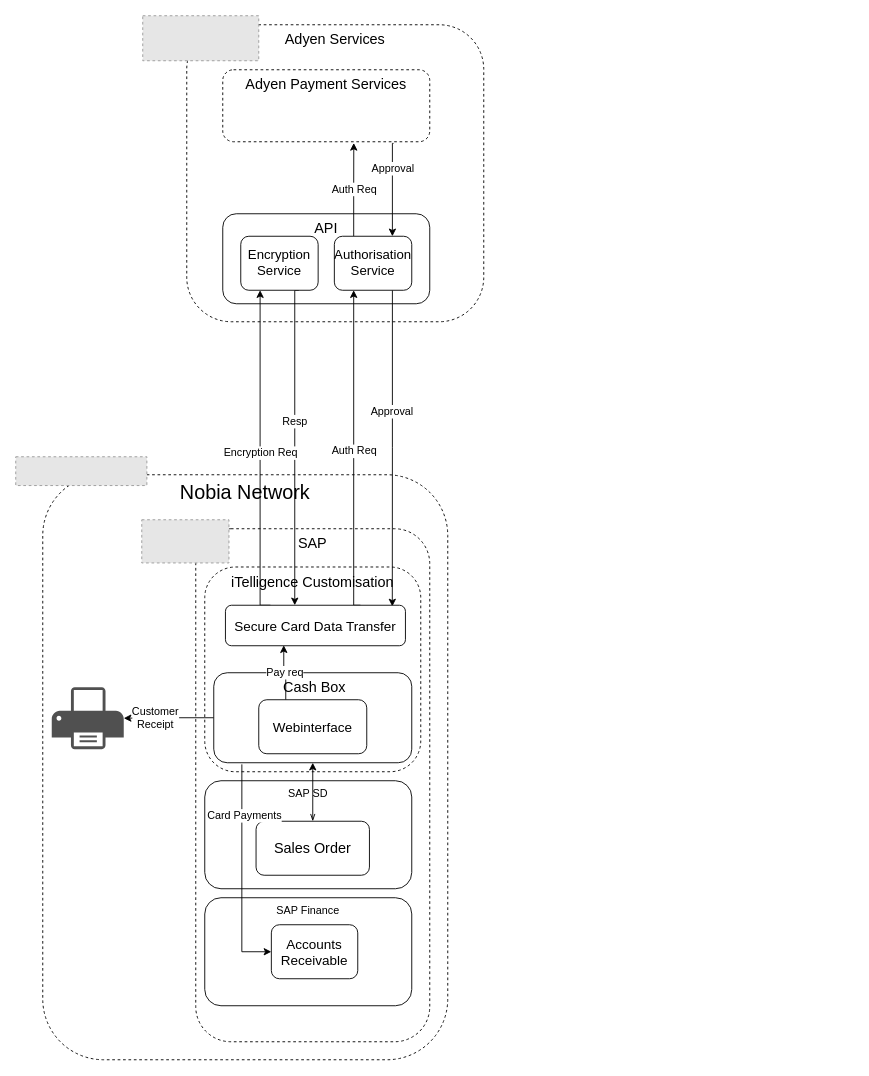
Before: page "Card - Webservice" (2 of 8) of Adyen Details.drawio in mrf742002/Diagrams, a draw.io diagram. Source tidied: cells renumbered, new cells numbered last; positions are measured from the earlier drawing's top-left corner, leaving out a move shared by most shapes. Both pictures are drawn from the tidied source at 90%, with x=0, y=0 at pixel (15, 15). Pictures stored in the file or linked from it are replaced by grey dashed boxes.
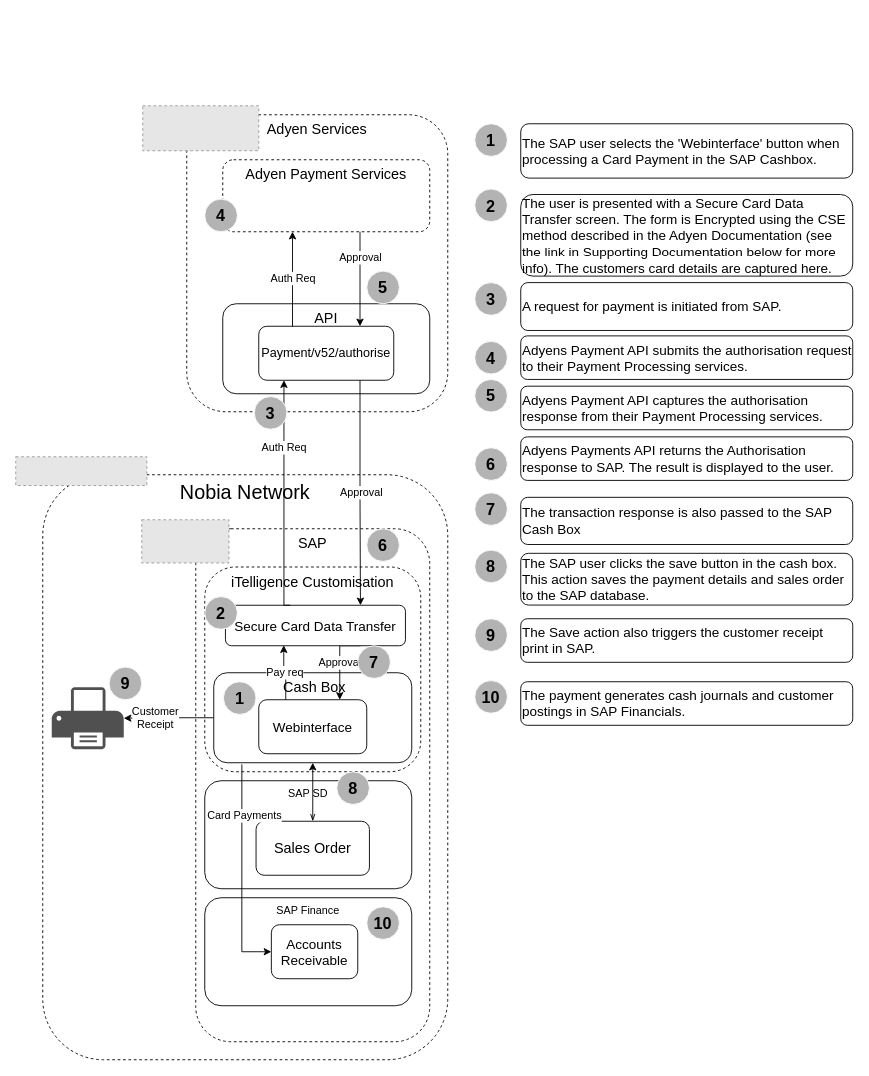
The same page after the edit.

The change refers to these unchanged cells:
```xml
<mxCell id="10" value="Webinterface" style="rounded=1;whiteSpace=wrap;html=1;fontSize=15;" parent="1" vertex="1">
  <mxGeometry x="270" y="760" width="120" height="60" as="geometry" />
</mxCell>
```

Diff of the diagram source:
```diff
@@
-    <mxCell id="2" value="&lt;span style=&quot;font-size: 16px&quot;&gt;Adyen Services&lt;/span&gt;" style="rounded=1;whiteSpace=wrap;html=1;dashed=1;verticalAlign=top;" parent="1" vertex="1">
-      <mxGeometry x="190" y="10" width="330" height="330" as="geometry" />
-    </mxCell>
@@
-    <mxCell id="16" value="&lt;span style=&quot;font-size: 16px&quot;&gt;API&lt;/span&gt;" style="rounded=1;whiteSpace=wrap;html=1;verticalAlign=top;" parent="1" vertex="1">
-      <mxGeometry x="230" y="220" width="230" height="100" as="geometry" />
-    </mxCell>
-    <mxCell id="17" value="Approval" style="edgeStyle=orthogonalEdgeStyle;rounded=0;jettySize=auto;html=1;exitX=0.75;exitY=0;exitDx=0;exitDy=0;entryX=0.825;entryY=1.023;entryDx=0;entryDy=0;entryPerimeter=0;startArrow=classic;startFill=1;endArrow=none;endFill=0;fontSize=12;" parent="1" edge="1" source="20" target="21">
-      <mxGeometry x="0.44" relative="1" as="geometry">
-        <Array as="points">
-          <mxPoint x="419" y="142" />
-        </Array>
-      </mxGeometry>
-    </mxCell>
-    <mxCell id="18" value="Auth Req" style="edgeStyle=orthogonalEdgeStyle;rounded=0;jettySize=auto;html=1;exitX=0.25;exitY=0;exitDx=0;exitDy=0;entryX=0.633;entryY=1.017;entryDx=0;entryDy=0;entryPerimeter=0;startArrow=none;startFill=0;endArrow=classic;endFill=1;fontSize=12;" parent="1" edge="1" source="20" target="21">
-      <mxGeometry relative="1" as="geometry" />
-    </mxCell>
-    <mxCell id="19" value="Approval" style="edgeStyle=orthogonalEdgeStyle;rounded=0;jettySize=auto;html=1;exitX=0.75;exitY=1;exitDx=0;exitDy=0;entryX=0.927;entryY=0.029;entryDx=0;entryDy=0;entryPerimeter=0;startArrow=none;startFill=0;endArrow=classic;endFill=1;fontSize=12;" parent="1" edge="1" source="20" target="32">
-      <mxGeometry y="-41" relative="1" as="geometry">
-        <mxPoint x="41" y="-41" as="offset" />
-      </mxGeometry>
-    </mxCell>
-    <mxCell id="20" value="&lt;span style=&quot;font-size: 11.0pt ; font-family: &amp;#34;calibri&amp;#34; , sans-serif&quot;&gt;Authorisation Service&lt;/span&gt;" style="rounded=1;whiteSpace=wrap;html=1;" parent="1" vertex="1">
-      <mxGeometry x="354" y="245" width="86" height="60" as="geometry" />
-    </mxCell>
-    <mxCell id="21" value="&lt;span style=&quot;font-size: 16px&quot;&gt;Adyen Payment Services&lt;/span&gt;" style="rounded=1;whiteSpace=wrap;html=1;dashed=1;verticalAlign=top;" parent="1" vertex="1">
-      <mxGeometry x="230" y="60" width="230" height="80" as="geometry" />
-    </mxCell>
@@
-    <mxCell id="28" value="Resp" style="edgeStyle=orthogonalEdgeStyle;rounded=0;jettySize=auto;html=1;exitX=0.75;exitY=1;exitDx=0;exitDy=0;fontSize=12;" parent="1" edge="1" source="29" target="32">
-      <mxGeometry x="-0.16" relative="1" as="geometry">
-        <Array as="points">
-          <mxPoint x="310" y="305" />
-        </Array>
-        <mxPoint y="1" as="offset" />
-      </mxGeometry>
-    </mxCell>
-    <mxCell id="29" value="&lt;span style=&quot;font-size: 11.0pt ; font-family: &amp;#34;calibri&amp;#34; , sans-serif&quot;&gt;Encryption Service&lt;/span&gt;" style="rounded=1;whiteSpace=wrap;html=1;" parent="1" vertex="1">
-      <mxGeometry x="250" y="245" width="86" height="60" as="geometry" />
-    </mxCell>
-    <mxCell id="30" value="Encryption Req" style="edgeStyle=orthogonalEdgeStyle;rounded=0;jettySize=auto;html=1;exitX=0.25;exitY=0;exitDx=0;exitDy=0;entryX=0.25;entryY=1;entryDx=0;entryDy=0;fontSize=12;" parent="1" edge="1" source="32" target="29">
-      <mxGeometry relative="1" as="geometry">
-        <Array as="points">
-          <mxPoint x="272" y="655" />
-        </Array>
-      </mxGeometry>
-    </mxCell>
+    <mxCell id="34" value="&lt;font style=&quot;font-size: 12px&quot;&gt;Approval&lt;/font&gt;" style="edgeStyle=orthogonalEdgeStyle;rounded=0;jettySize=auto;html=1;exitX=0.75;exitY=1;exitDx=0;exitDy=0;entryX=0.75;entryY=0;entryDx=0;entryDy=0;" parent="1" edge="1" source="32" target="10">
+      <mxGeometry relative="1" as="geometry">
+        <Array as="points">
+          <mxPoint x="360" y="700" />
+        </Array>
+      </mxGeometry>
+    </mxCell>
+    <mxCell id="32" value="Secure Card Data Transfer" style="rounded=1;whiteSpace=wrap;html=1;fontSize=15;" parent="1" vertex="1">
+      <mxGeometry x="233" y="655" width="200" height="45" as="geometry" />
+    </mxCell>
+    <mxCell id="35" style="group;" parent="1" vertex="1">
+      <mxGeometry x="141.1" y="100" width="338.9" height="340" as="geometry" />
+    </mxCell>
+    <mxCell id="2" value="&lt;span style=&quot;font-size: 16px&quot;&gt;Adyen Services&lt;/span&gt;" style="rounded=1;whiteSpace=wrap;html=1;dashed=1;verticalAlign=top;" parent="35" vertex="1">
+      <mxGeometry x="48.9" y="10" width="290" height="330" as="geometry" />
+    </mxCell>
+    <mxCell id="16" value="&lt;span style=&quot;font-size: 16px&quot;&gt;API&lt;/span&gt;" style="rounded=1;whiteSpace=wrap;html=1;verticalAlign=top;" parent="35" vertex="1">
+      <mxGeometry x="88.9" y="220" width="230" height="100" as="geometry" />
+    </mxCell>
+    <mxCell id="20" value="&lt;span style=&quot;font-family: &amp;#34;fakt&amp;#34; , sans-serif , &amp;#34;helvetica&amp;#34; , &amp;#34;arial&amp;#34; ; font-size: 14px&quot;&gt;Payment/v52/authorise&lt;/span&gt;" style="rounded=1;whiteSpace=wrap;html=1;" parent="35" vertex="1">
+      <mxGeometry x="128.9" y="245" width="150" height="60" as="geometry" />
+    </mxCell>
+    <mxCell id="21" value="&lt;span style=&quot;font-size: 16px&quot;&gt;Adyen Payment Services&lt;/span&gt;" style="rounded=1;whiteSpace=wrap;html=1;dashed=1;verticalAlign=top;" parent="35" vertex="1">
+      <mxGeometry x="88.9" y="60" width="230" height="80" as="geometry" />
+    </mxCell>
+    <mxCell id="17" value="Approval" style="edgeStyle=orthogonalEdgeStyle;rounded=0;jettySize=auto;html=1;exitX=0.75;exitY=0;exitDx=0;exitDy=0;startArrow=classic;startFill=1;endArrow=none;endFill=0;fontSize=12;" parent="35" edge="1" source="20" target="21">
+      <mxGeometry x="0.44" relative="1" as="geometry">
+        <Array as="points">
+          <mxPoint x="241.9" y="150" />
+          <mxPoint x="241.9" y="150" />
+        </Array>
+      </mxGeometry>
+    </mxCell>
+    <mxCell id="18" value="Auth Req" style="edgeStyle=orthogonalEdgeStyle;rounded=0;jettySize=auto;html=1;exitX=0.25;exitY=0;exitDx=0;exitDy=0;startArrow=none;startFill=0;endArrow=classic;endFill=1;fontSize=12;entryX=0.337;entryY=1;entryDx=0;entryDy=0;entryPerimeter=0;" parent="35" edge="1" source="20" target="21">
+      <mxGeometry relative="1" as="geometry" />
+    </mxCell>
+    <mxCell id="33" style="fillColor=#E6E6E6;strokeColor=#999999;dashed=1;verticalLabelPosition=bottom;labelBackgroundColor=#ffffff;verticalAlign=top;" parent="35" vertex="1">
+      <mxGeometry width="128.9" height="50" as="geometry" />
+    </mxCell>
+    <mxCell id="36" value="&lt;span style=&quot;font-size: 18px&quot;&gt;&lt;b&gt;4&lt;/b&gt;&lt;/span&gt;" style="ellipse;whiteSpace=wrap;html=1;strokeColor=#FFFFFF;fillColor=#B3B3B3;fontSize=20;" parent="35" vertex="1">
+      <mxGeometry x="68.9" y="103.7" width="36.3" height="36.3" as="geometry" />
+    </mxCell>
+    <mxCell id="37" value="&lt;span style=&quot;font-size: 18px&quot;&gt;&lt;b&gt;5&lt;/b&gt;&lt;/span&gt;" style="ellipse;whiteSpace=wrap;html=1;strokeColor=#FFFFFF;fillColor=#B3B3B3;fontSize=20;" parent="35" vertex="1">
+      <mxGeometry x="248.9" y="183.7" width="36.3" height="36.3" as="geometry" />
+    </mxCell>
-    <mxCell id="31" value="Auth Req" style="edgeStyle=orthogonalEdgeStyle;rounded=0;jettySize=auto;html=1;exitX=0.75;exitY=0;exitDx=0;exitDy=0;entryX=0.25;entryY=1;entryDx=0;entryDy=0;fontSize=12;" parent="1" edge="1" source="32" target="20">
-      <mxGeometry relative="1" as="geometry">
+    <mxCell id="31" value="Auth Req" style="edgeStyle=orthogonalEdgeStyle;rounded=0;jettySize=auto;html=1;exitX=0.75;exitY=0;exitDx=0;exitDy=0;fontSize=12;" parent="1" edge="1" target="20">
+      <mxGeometry x="0.42" relative="1" as="geometry">
+        <mxPoint x="305" y="655" as="sourcePoint" />
         <Array as="points">
-          <mxPoint x="376" y="655" />
+          <mxPoint x="298" y="655" />
         </Array>
       </mxGeometry>
     </mxCell>
-    <mxCell id="32" value="Secure Card Data Transfer" style="rounded=1;whiteSpace=wrap;html=1;fontSize=15;" parent="1" vertex="1">
-      <mxGeometry x="233" y="655" width="200" height="45" as="geometry" />
-    </mxCell>
-    <mxCell id="33" style="fillColor=#E6E6E6;strokeColor=#999999;dashed=1;verticalLabelPosition=bottom;labelBackgroundColor=#ffffff;verticalAlign=top;" parent="1" vertex="1">
-      <mxGeometry x="141.1" width="128.9" height="50" as="geometry" />
-    </mxCell>
+    <mxCell id="19" value="Approval" style="edgeStyle=orthogonalEdgeStyle;rounded=0;jettySize=auto;html=1;exitX=0.75;exitY=1;exitDx=0;exitDy=0;entryX=0.75;entryY=0;entryDx=0;entryDy=0;startArrow=none;startFill=0;endArrow=classic;endFill=1;fontSize=12;" parent="1" edge="1" source="20" target="32">
+      <mxGeometry relative="1" as="geometry">
+        <mxPoint x="1" as="offset" />
+      </mxGeometry>
+    </mxCell>
+    <mxCell id="38" value="&lt;span style=&quot;font-size: 18px&quot;&gt;&lt;b&gt;1&lt;/b&gt;&lt;/span&gt;" style="ellipse;whiteSpace=wrap;html=1;strokeColor=#FFFFFF;fillColor=#B3B3B3;fontSize=20;" parent="1" vertex="1">
+      <mxGeometry x="230.7" y="740" width="36.3" height="36.3" as="geometry" />
+    </mxCell>
+    <mxCell id="39" value="&lt;span style=&quot;font-size: 18px&quot;&gt;&lt;b&gt;2&lt;/b&gt;&lt;/span&gt;" style="ellipse;whiteSpace=wrap;html=1;strokeColor=#FFFFFF;fillColor=#B3B3B3;fontSize=20;" parent="1" vertex="1">
+      <mxGeometry x="210" y="645.4" width="36.3" height="36.3" as="geometry" />
+    </mxCell>
+    <mxCell id="40" value="&lt;span style=&quot;font-size: 18px&quot;&gt;&lt;b&gt;3&lt;/b&gt;&lt;/span&gt;" style="ellipse;whiteSpace=wrap;html=1;strokeColor=#FFFFFF;fillColor=#B3B3B3;fontSize=20;" parent="1" vertex="1">
+      <mxGeometry x="265" y="423.1" width="36.3" height="36.3" as="geometry" />
+    </mxCell>
+    <mxCell id="41" value="&lt;span style=&quot;font-size: 18px&quot;&gt;&lt;b&gt;6&lt;/b&gt;&lt;/span&gt;" style="ellipse;whiteSpace=wrap;html=1;strokeColor=#FFFFFF;fillColor=#B3B3B3;fontSize=20;" parent="1" vertex="1">
+      <mxGeometry x="390" y="570" width="36.3" height="36.3" as="geometry" />
+    </mxCell>
+    <mxCell id="42" value="&lt;span style=&quot;font-size: 18px&quot;&gt;&lt;b&gt;7&lt;/b&gt;&lt;/span&gt;" style="ellipse;whiteSpace=wrap;html=1;strokeColor=#FFFFFF;fillColor=#B3B3B3;fontSize=20;" parent="1" vertex="1">
+      <mxGeometry x="380" y="700" width="36.3" height="36.3" as="geometry" />
+    </mxCell>
+    <mxCell id="43" value="&lt;span style=&quot;font-size: 18px&quot;&gt;&lt;b&gt;8&lt;/b&gt;&lt;/span&gt;" style="ellipse;whiteSpace=wrap;html=1;strokeColor=#FFFFFF;fillColor=#B3B3B3;fontSize=20;" parent="1" vertex="1">
+      <mxGeometry x="356.7" y="840" width="36.3" height="36.3" as="geometry" />
+    </mxCell>
+    <mxCell id="44" value="&lt;span style=&quot;font-size: 18px&quot;&gt;&lt;b&gt;9&lt;/b&gt;&lt;/span&gt;" style="ellipse;whiteSpace=wrap;html=1;strokeColor=#FFFFFF;fillColor=#B3B3B3;fontSize=20;" parent="1" vertex="1">
+      <mxGeometry x="103.7" y="723.7" width="36.3" height="36.3" as="geometry" />
+    </mxCell>
+    <mxCell id="45" value="&lt;span style=&quot;font-size: 18px&quot;&gt;&lt;b&gt;10&lt;/b&gt;&lt;/span&gt;" style="ellipse;whiteSpace=wrap;html=1;strokeColor=#FFFFFF;fillColor=#B3B3B3;fontSize=20;" parent="1" vertex="1">
+      <mxGeometry x="390" y="990" width="36.3" height="36.3" as="geometry" />
+    </mxCell>
+    <mxCell id="46" style="group;" parent="1" vertex="1">
+      <mxGeometry x="510" y="120" width="420" height="668.4" as="geometry" />
+    </mxCell>
+    <mxCell id="47" value="&lt;span style=&quot;font-size: 18px&quot;&gt;&lt;b&gt;1&lt;/b&gt;&lt;/span&gt;" style="ellipse;whiteSpace=wrap;html=1;strokeColor=#FFFFFF;fillColor=#B3B3B3;fontSize=20;" parent="46" vertex="1">
+      <mxGeometry width="36.3" height="36.3" as="geometry" />
+    </mxCell>
+    <mxCell id="48" value="The SAP user selects the 'Webinterface' button when processing a Card Payment in the SAP Cashbox." style="rounded=1;whiteSpace=wrap;html=1;align=left;fontSize=15;" parent="46" vertex="1">
+      <mxGeometry x="51.1" width="368.9" height="60.4" as="geometry" />
+    </mxCell>
+    <mxCell id="49" value="&lt;span style=&quot;font-size: 18px&quot;&gt;&lt;b&gt;2&lt;/b&gt;&lt;/span&gt;" style="ellipse;whiteSpace=wrap;html=1;strokeColor=#FFFFFF;fillColor=#B3B3B3;fontSize=20;" parent="46" vertex="1">
+      <mxGeometry y="72.5" width="36.3" height="36.3" as="geometry" />
+    </mxCell>
+    <mxCell id="50" value="The user is presented with a Secure Card Data Transfer screen. The form is Encrypted using the CSE method described in the Adyen Documentation (see the link in Supporting Documentation below for more info). The customers card details are captured here." style="rounded=1;whiteSpace=wrap;html=1;align=left;fontSize=15;" parent="46" vertex="1">
+      <mxGeometry x="51.1" y="78.6" width="368.9" height="90.7" as="geometry" />
+    </mxCell>
+    <mxCell id="51" value="&lt;span style=&quot;font-size: 18px&quot;&gt;&lt;b&gt;3&lt;/b&gt;&lt;/span&gt;" style="ellipse;whiteSpace=wrap;html=1;strokeColor=#FFFFFF;fillColor=#B3B3B3;fontSize=20;" parent="46" vertex="1">
+      <mxGeometry y="176.5" width="36.3" height="36.3" as="geometry" />
+    </mxCell>
+    <mxCell id="52" value="A request for payment is initiated from SAP." style="rounded=1;whiteSpace=wrap;html=1;align=left;fontSize=15;" parent="46" vertex="1">
+      <mxGeometry x="51.1" y="176.5" width="368.9" height="53.2" as="geometry" />
+    </mxCell>
+    <mxCell id="53" value="&lt;span style=&quot;font-size: 18px&quot;&gt;&lt;b&gt;4&lt;/b&gt;&lt;/span&gt;" style="ellipse;whiteSpace=wrap;html=1;strokeColor=#FFFFFF;fillColor=#B3B3B3;fontSize=20;" parent="46" vertex="1">
+      <mxGeometry y="241.8" width="36.3" height="36.3" as="geometry" />
+    </mxCell>
+    <mxCell id="54" value="&lt;span style=&quot;font-size: 18px&quot;&gt;&lt;b&gt;5&lt;/b&gt;&lt;/span&gt;" style="ellipse;whiteSpace=wrap;html=1;strokeColor=#FFFFFF;fillColor=#B3B3B3;fontSize=20;" parent="46" vertex="1">
+      <mxGeometry y="284.1" width="36.3" height="36.3" as="geometry" />
+    </mxCell>
+    <mxCell id="55" value="Adyens Payments API returns the Authorisation response to SAP. The result is displayed to the user." style="rounded=1;whiteSpace=wrap;html=1;align=left;fontSize=15;" parent="46" vertex="1">
+      <mxGeometry x="51.1" y="347.9" width="368.9" height="48.4" as="geometry" />
+    </mxCell>
+    <mxCell id="56" value="&lt;span style=&quot;font-size: 18px&quot;&gt;&lt;b&gt;6&lt;/b&gt;&lt;/span&gt;" style="ellipse;whiteSpace=wrap;html=1;strokeColor=#FFFFFF;fillColor=#B3B3B3;fontSize=20;" parent="46" vertex="1">
+      <mxGeometry y="360" width="36.3" height="36.3" as="geometry" />
+    </mxCell>
+    <mxCell id="57" value="Adyens Payment API submits the authorisation request to their Payment Processing services." style="rounded=1;whiteSpace=wrap;html=1;align=left;fontSize=15;" parent="46" vertex="1">
+      <mxGeometry x="51.1" y="235.7" width="368.9" height="48.4" as="geometry" />
+    </mxCell>
+    <mxCell id="58" value="&lt;span style=&quot;font-size: 18px&quot;&gt;&lt;b&gt;7&lt;/b&gt;&lt;/span&gt;" style="ellipse;whiteSpace=wrap;html=1;strokeColor=#FFFFFF;fillColor=#B3B3B3;fontSize=20;" parent="46" vertex="1">
+      <mxGeometry y="410" width="36.3" height="36.3" as="geometry" />
+    </mxCell>
+    <mxCell id="59" value="The transaction response is also passed to the SAP Cash Box" style="rounded=1;whiteSpace=wrap;html=1;align=left;fontSize=15;" parent="46" vertex="1">
+      <mxGeometry x="51.1" y="415.1" width="368.9" height="52.4" as="geometry" />
+    </mxCell>
+    <mxCell id="60" value="&lt;span style=&quot;font-size: 18px&quot;&gt;&lt;b&gt;8&lt;/b&gt;&lt;/span&gt;" style="ellipse;whiteSpace=wrap;html=1;strokeColor=#FFFFFF;fillColor=#B3B3B3;fontSize=20;" parent="46" vertex="1">
+      <mxGeometry y="473.7" width="36.3" height="36.3" as="geometry" />
+    </mxCell>
+    <mxCell id="61" value="&lt;span style=&quot;font-size: 18px&quot;&gt;&lt;b&gt;9&lt;/b&gt;&lt;/span&gt;" style="ellipse;whiteSpace=wrap;html=1;strokeColor=#FFFFFF;fillColor=#B3B3B3;fontSize=20;" parent="46" vertex="1">
+      <mxGeometry y="550" width="36.3" height="36.3" as="geometry" />
+    </mxCell>
+    <mxCell id="62" value="The SAP user clicks the save button in the cash box. This action saves the payment details and sales order to the SAP database." style="rounded=1;whiteSpace=wrap;html=1;align=left;fontSize=15;" parent="46" vertex="1">
+      <mxGeometry x="51.1" y="477.3" width="368.9" height="57.5" as="geometry" />
+    </mxCell>
+    <mxCell id="63" value="&lt;span style=&quot;font-size: 18px&quot;&gt;&lt;b&gt;10&lt;/b&gt;&lt;/span&gt;" style="ellipse;whiteSpace=wrap;html=1;strokeColor=#FFFFFF;fillColor=#B3B3B3;fontSize=20;" parent="46" vertex="1">
+      <mxGeometry y="618.7" width="36.3" height="36.3" as="geometry" />
+    </mxCell>
+    <mxCell id="64" value="The Save action also triggers the customer receipt print in SAP." style="rounded=1;whiteSpace=wrap;html=1;align=left;fontSize=15;" parent="46" vertex="1">
+      <mxGeometry x="51.1" y="550" width="368.9" height="48.4" as="geometry" />
+    </mxCell>
+    <mxCell id="65" value="The payment generates cash journals and customer postings in SAP Financials." style="rounded=1;whiteSpace=wrap;html=1;align=left;fontSize=15;" parent="46" vertex="1">
+      <mxGeometry x="51.1" y="620" width="368.9" height="48.4" as="geometry" />
+    </mxCell>
+    <mxCell id="66" value="Adyens Payment API captures the authorisation response from their Payment Processing services." style="rounded=1;whiteSpace=wrap;html=1;align=left;fontSize=15;" parent="46" vertex="1">
+      <mxGeometry x="51.1" y="291.6" width="368.9" height="48.4" as="geometry" />
+    </mxCell>
```
